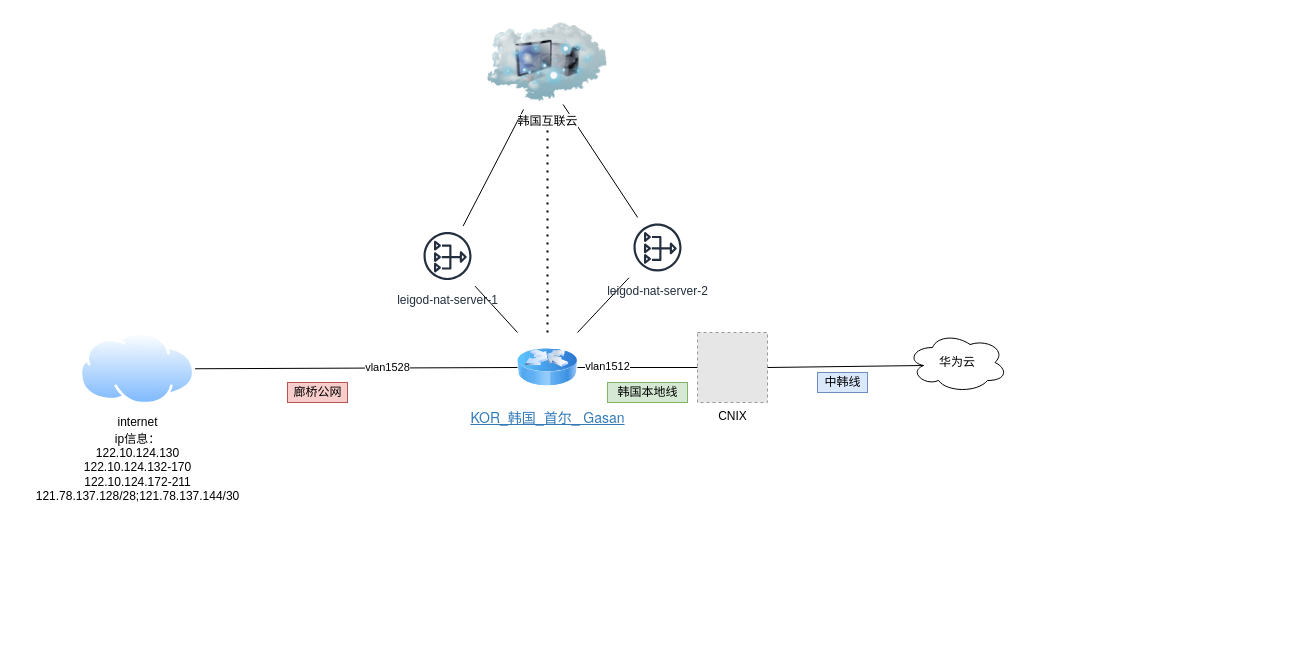
Above: 雷神拓扑图.drawio in GoodBorther/test (draw.io), before the change. Source tidied: cells renumbered, new cells numbered last; positions are measured from the earlier drawing's top-left corner, leaving out a move shared by most shapes. Both pictures are drawn from the tidied source at 100%, with x=0, y=0 at pixel (17, 17). Pictures stored in the file or linked from it are replaced by grey dashed boxes.
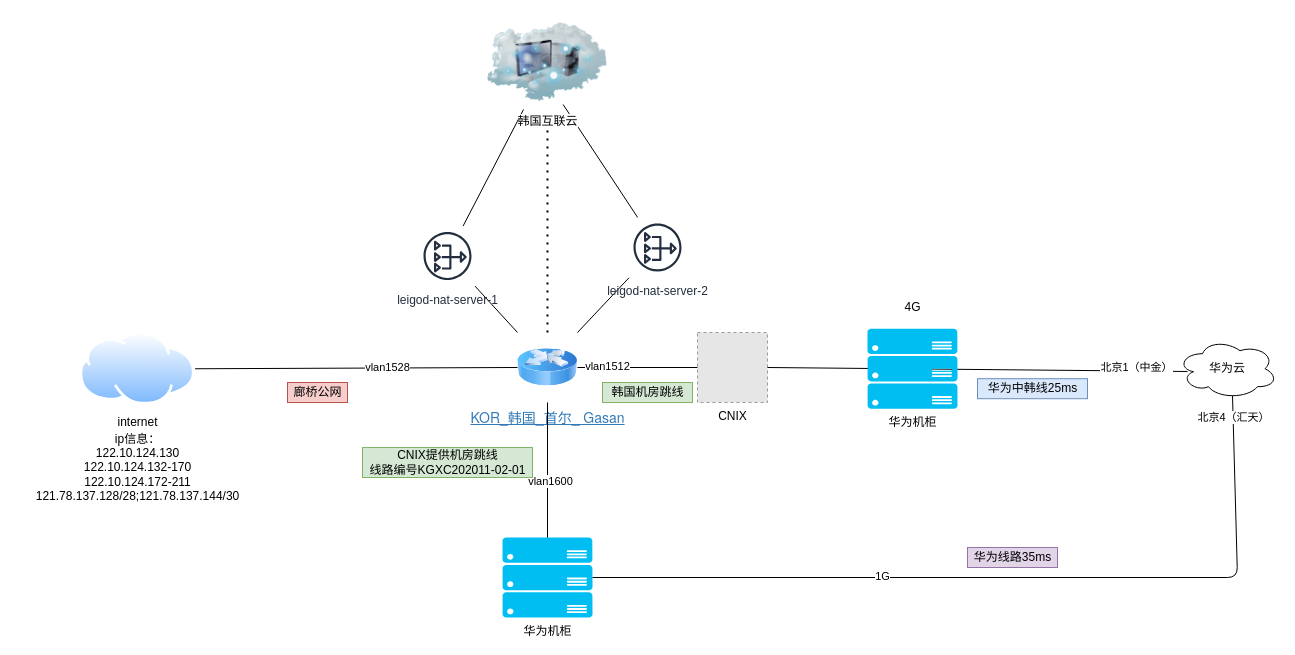
Above is the later version.

Commit message:
更新雷神拓扑图.drawio

Unchanged cells that the change refers to:
```xml
<mxCell id="2" value="&lt;a href=&quot;http://pms.syscloud.cn:8001/dcim/sites/kor___gasan/&quot; style=&quot;box-sizing: border-box ; margin: 0px ; color: rgb(51 , 122 , 183) ; font-family: &amp;#34;helvetica neue&amp;#34; , &amp;#34;helvetica&amp;#34; , &amp;#34;arial&amp;#34; , sans-serif ; font-size: 14px&quot;&gt;KOR_韩国_首尔_ Gasan&lt;/a&gt;" style="image;html=1;image=img/lib/clip_art/networking/Router_Icon_128x128.png;" parent="1" vertex="1">
  <mxGeometry x="500" y="315" width="60" height="70" as="geometry" />
</mxCell>
<mxCell id="4" value="CNIX" style="fillColor=#E6E6E6;strokeColor=#999999;dashed=1;html=1;verticalAlign=top;verticalLabelPosition=bottom;labelBackgroundColor=#ffffff;" parent="1" vertex="1">
  <mxGeometry x="680" y="315" width="70" height="70" as="geometry" />
</mxCell>
```

Diff of the diagram source:
```diff
@@
     <mxCell id="3" value="华为云" style="ellipse;shape=cloud;whiteSpace=wrap;html=1;align=center;" parent="1" vertex="1">
-      <mxGeometry x="890" y="315" width="100" height="60" as="geometry" />
+      <mxGeometry x="1160" y="321.2" width="100" height="60" as="geometry" />
     </mxCell>
@@
-    <mxCell id="7" style="endArrow=none;html=1;exitX=1;exitY=0.5;exitDx=0;exitDy=0;entryX=0.16;entryY=0.55;entryDx=0;entryDy=0;entryPerimeter=0;" parent="1" edge="1" source="4" target="3">
-      <mxGeometry relative="1" as="geometry" />
+    <mxCell id="7" style="endArrow=none;html=1;exitX=1;exitY=0.5;exitDx=0;exitDy=0;" parent="1" edge="1" source="4">
+      <mxGeometry relative="1" as="geometry">
+        <mxPoint x="1170" y="354" as="targetPoint" />
+      </mxGeometry>
     </mxCell>
+    <mxCell id="23" value="北京1（中金）" style="edgeLabel;html=1;align=center;verticalAlign=middle;" parent="7" vertex="1">
+      <mxGeometry x="0.94" relative="1" as="geometry">
+        <mxPoint x="-38" y="-3.9" as="offset" />
+      </mxGeometry>
+    </mxCell>
-    <mxCell id="8" value="韩国本地线" style="text;html=1;align=center;verticalAlign=middle;fillColor=#d5e8d4;strokeColor=#82b366;" parent="1" vertex="1">
-      <mxGeometry x="590" y="365" width="80" height="20" as="geometry" />
+    <mxCell id="8" value="韩国机房跳线" style="text;html=1;align=center;verticalAlign=middle;fillColor=#d5e8d4;strokeColor=#82b366;" parent="1" vertex="1">
+      <mxGeometry x="585" y="365" width="90" height="20" as="geometry" />
     </mxCell>
-    <mxCell id="9" value="中韩线" style="text;html=1;align=center;verticalAlign=middle;fillColor=#dae8fc;strokeColor=#6c8ebf;" parent="1" vertex="1">
-      <mxGeometry x="800" y="355" width="50" height="20" as="geometry" />
+    <mxCell id="9" value="华为中韩线25ms" style="text;html=1;align=center;verticalAlign=middle;fillColor=#dae8fc;strokeColor=#6c8ebf;" parent="1" vertex="1">
+      <mxGeometry x="960" y="361.2" width="110" height="20" as="geometry" />
     </mxCell>
@@
+    <mxCell id="24" value="华为机柜" style="verticalLabelPosition=bottom;html=1;verticalAlign=top;align=center;strokeColor=none;fillColor=#00BEF2;shape=mxgraph.azure.server_rack;" parent="1" vertex="1">
+      <mxGeometry x="485" y="520" width="90" height="80" as="geometry" />
+    </mxCell>
+    <mxCell id="25" style="endArrow=none;html=1;entryX=0.5;entryY=1;entryDx=0;entryDy=0;exitX=0.5;exitY=0;exitDx=0;exitDy=0;exitPerimeter=0;" parent="1" edge="1" source="24" target="2">
+      <mxGeometry relative="1" as="geometry" />
+    </mxCell>
+    <mxCell id="26" value="vlan1600" style="edgeLabel;html=1;align=center;verticalAlign=middle;" parent="25" vertex="1">
+      <mxGeometry x="-0.16" y="-2" relative="1" as="geometry" />
+    </mxCell>
+    <mxCell id="27" style="endArrow=none;html=1;exitX=1;exitY=0.5;exitDx=0;exitDy=0;exitPerimeter=0;entryX=0.55;entryY=0.95;entryDx=0;entryDy=0;entryPerimeter=0;" parent="1" edge="1" source="24" target="3">
+      <mxGeometry relative="1" as="geometry">
+        <Array as="points">
+          <mxPoint x="1220" y="560" />
+        </Array>
+      </mxGeometry>
+    </mxCell>
+    <mxCell id="28" value="北京4（汇天）" style="edgeLabel;html=1;align=center;verticalAlign=middle;" parent="27" vertex="1">
+      <mxGeometry x="0.95" relative="1" as="geometry" />
+    </mxCell>
+    <mxCell id="29" value="1G" style="edgeLabel;html=1;align=center;verticalAlign=middle;" parent="27" vertex="1">
+      <mxGeometry x="-0.3" y="2" relative="1" as="geometry" />
+    </mxCell>
+    <mxCell id="30" value="华为线路35ms" style="text;html=1;align=center;verticalAlign=middle;fillColor=#e1d5e7;strokeColor=#9673a6;" parent="1" vertex="1">
+      <mxGeometry x="950" y="530" width="90" height="20" as="geometry" />
+    </mxCell>
+    <mxCell id="31" value="CNIX提供机房跳线&lt;br&gt;线路编号KGXC202011-02-01" style="text;html=1;align=center;verticalAlign=middle;fillColor=#d5e8d4;strokeColor=#82b366;rotation=0;" parent="1" vertex="1">
+      <mxGeometry x="345" y="430" width="170" height="30" as="geometry" />
+    </mxCell>
+    <mxCell id="32" value="华为机柜" style="verticalLabelPosition=bottom;html=1;verticalAlign=top;align=center;strokeColor=none;fillColor=#00BEF2;shape=mxgraph.azure.server_rack;" parent="1" vertex="1">
+      <mxGeometry x="850" y="311.2" width="90" height="80" as="geometry" />
+    </mxCell>
+    <mxCell id="33" value="4G" style="text;html=1;align=center;verticalAlign=middle;" parent="1" vertex="1">
+      <mxGeometry x="880" y="280" width="30" height="20" as="geometry" />
+    </mxCell>
```
